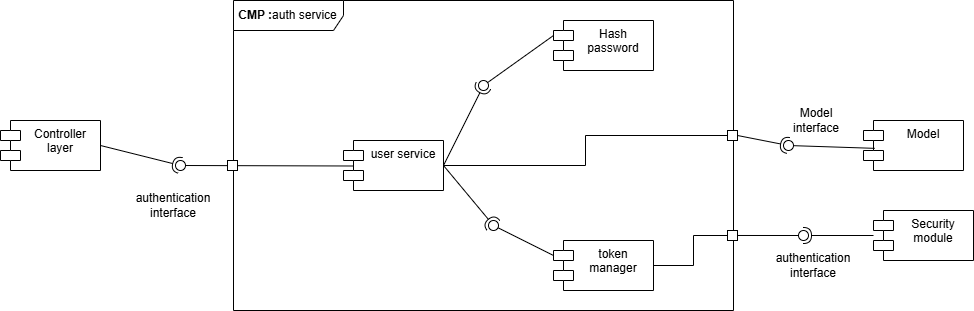
Above: DD/LaTeXCode/images/componentDiagrams/Component_diagram-Auth_detailed_view.drawio.png in jacopobellosi/Bellosi-Montanelli-Tempobono (draw.io), before the change. Source tidied: cells renumbered, new cells last; positions are measured from the earlier drawing's top-left corner, leaving out a move shared by most shapes.
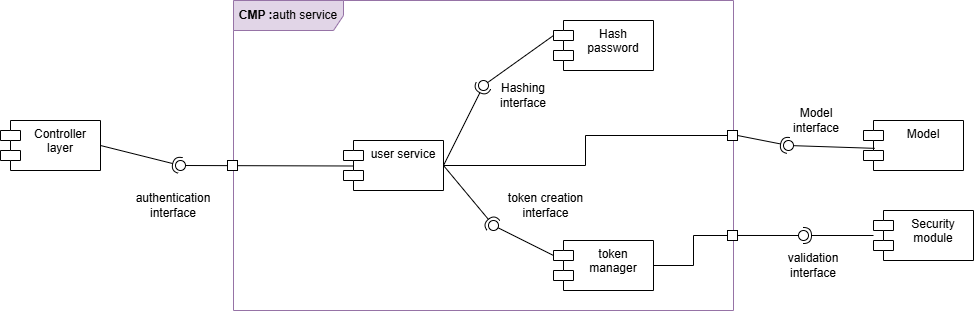
Later version of the same file.

Diff of the diagram source:
```diff
@@ -8,7 +8,7 @@
     <mxCell id="3" value="Model" style="shape=module;align=left;spacingLeft=20;align=center;verticalAlign=top;whiteSpace=wrap;html=1;" parent="1" vertex="1">
       <mxGeometry x="863" y="120" width="100" height="50" as="geometry" />
     </mxCell>
-    <mxCell id="4" value="&lt;b&gt;CMP :&lt;/b&gt;auth service" style="shape=umlFrame;whiteSpace=wrap;html=1;width=110;height=30;" parent="1" vertex="1">
+    <mxCell id="4" value="&lt;b&gt;CMP :&lt;/b&gt;auth service" style="shape=umlFrame;whiteSpace=wrap;html=1;width=110;height=30;fillColor=#e1d5e7;strokeColor=#9673a6;" parent="1" vertex="1">
       <mxGeometry x="233" width="500" height="310" as="geometry" />
     </mxCell>
     <mxCell id="5" style="rounded=0;jettySize=auto;html=1;endArrow=halfCircle;endFill=0;endSize=6;strokeWidth=1;sketch=0;exitX=1;exitY=0.5;exitDx=0;exitDy=0;" parent="1" edge="1" source="32" target="6">
@@ -104,7 +104,7 @@
     <mxCell id="32" style="ellipse;whiteSpace=wrap;html=1;align=center;fillColor=none;strokeColor=none;perimeter=centerPerimeter;points=[];outlineConnect=1;" parent="1" vertex="1">
       <mxGeometry x="175" y="160" width="10" height="10" as="geometry" />
     </mxCell>
-    <mxCell id="33" value="authentication&lt;br&gt;interface" style="text;html=1;whiteSpace=wrap;strokeColor=none;fillColor=none;align=center;verticalAlign=middle;rounded=0;" parent="1" vertex="1">
+    <mxCell id="33" value="validation&lt;br&gt;interface" style="text;html=1;whiteSpace=wrap;strokeColor=none;fillColor=none;align=center;verticalAlign=middle;rounded=0;" parent="1" vertex="1">
       <mxGeometry x="783" y="250" width="60" height="30" as="geometry" />
     </mxCell>
     <mxCell id="34" value="authentication&lt;br&gt;interface" style="text;html=1;whiteSpace=wrap;strokeColor=none;fillColor=none;align=center;verticalAlign=middle;rounded=0;" parent="1" vertex="1">
@@ -113,5 +113,11 @@
     <mxCell id="35" value="Model&lt;br&gt;interface" style="text;html=1;whiteSpace=wrap;strokeColor=none;fillColor=none;align=center;verticalAlign=middle;rounded=0;" parent="1" vertex="1">
       <mxGeometry x="785.5" y="105" width="60" height="30" as="geometry" />
     </mxCell>
+    <mxCell id="36" value="Hashing interface" style="text;html=1;whiteSpace=wrap;strokeColor=none;fillColor=none;align=center;verticalAlign=middle;rounded=0;fontFamily=Helvetica;fontSize=12;fontColor=default;" parent="1" vertex="1">
+      <mxGeometry x="493" y="80" width="60" height="30" as="geometry" />
+    </mxCell>
+    <mxCell id="37" value="token creation&lt;br&gt;interface" style="text;html=1;whiteSpace=wrap;strokeColor=none;fillColor=none;align=center;verticalAlign=middle;rounded=0;" parent="1" vertex="1">
+      <mxGeometry x="498" y="190" width="95" height="30" as="geometry" />
+    </mxCell>
   </root>
 </mxGraphModel>
```
